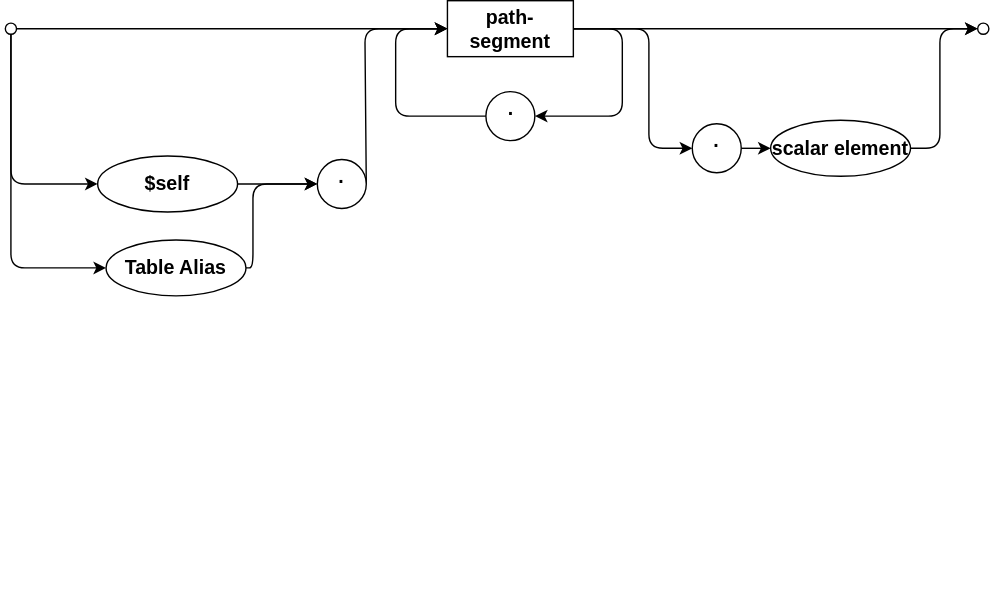
Above: assets/cxl/ref.drawio.svg in capire/docs (draw.io), before the change. Source tidied: cells renumbered, new cells last; positions are measured from the earlier drawing's top-left corner, leaving out a move shared by most shapes.
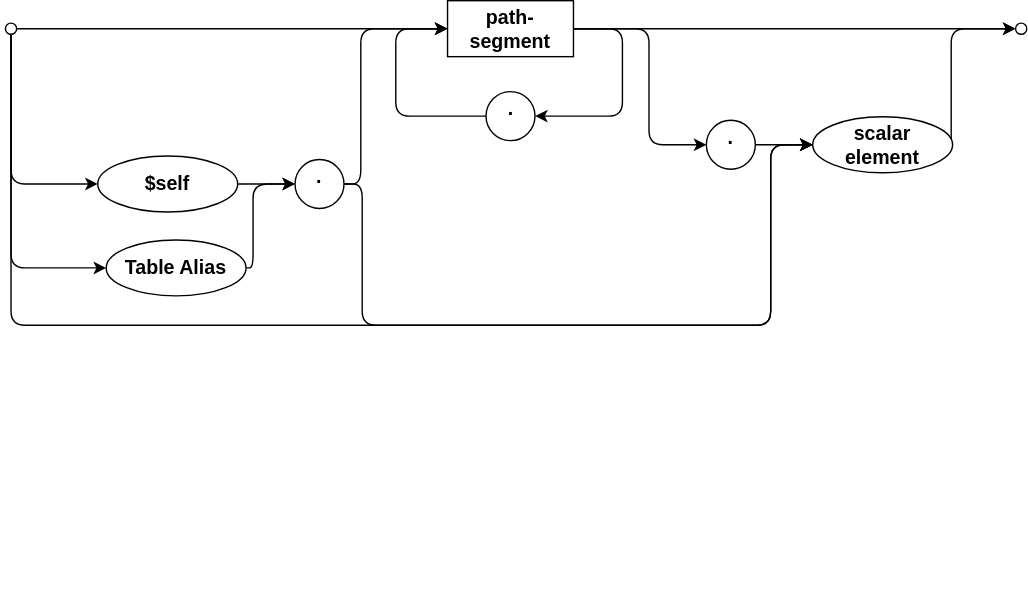
The same diagram one commit later.

Diff of the diagram source:
```diff
@@ -24,32 +24,25 @@
     <mxCell id="7" style="edgeStyle=none;html=1;entryX=0;entryY=0.5;entryDx=0;entryDy=0;exitX=1;exitY=0.5;exitDx=0;exitDy=0;strokeWidth=1;fontSize=14;verticalAlign=middle;fontStyle=1;textDirection=ltr;" parent="1" edge="1" source="22" target="11">
       <mxGeometry relative="1" as="geometry" />
     </mxCell>
-    <mxCell id="8" style="edgeStyle=none;html=1;exitX=1;exitY=0.5;exitDx=0;exitDy=0;entryX=0;entryY=0.5;entryDx=0;entryDy=0;strokeWidth=1;fontSize=14;verticalAlign=middle;fontStyle=1;textDirection=ltr;" parent="1" edge="1" source="9" target="22">
-      <mxGeometry relative="1" as="geometry">
-        <Array as="points">
-          <mxPoint x="257" y="20" />
-        </Array>
-      </mxGeometry>
-    </mxCell>
     <mxCell id="9" value="." style="ellipse;whiteSpace=wrap;html=1;fontStyle=1;fontSize=14;verticalAlign=middle;spacingBottom=11;strokeWidth=1;textDirection=ltr;" parent="1" vertex="1">
-      <mxGeometry x="223" y="113.5" width="35" height="35" as="geometry" />
+      <mxGeometry x="207" y="113.5" width="35" height="35" as="geometry" />
     </mxCell>
     <mxCell id="10" value="." style="ellipse;whiteSpace=wrap;html=1;fontStyle=1;fontSize=14;verticalAlign=middle;spacingBottom=11;strokeWidth=1;textDirection=ltr;" parent="1" vertex="1">
       <mxGeometry x="343.5" y="65" width="35" height="35" as="geometry" />
     </mxCell>
     <mxCell id="11" style="ellipse;whiteSpace=wrap;html=1;strokeWidth=1;fontSize=14;verticalAlign=middle;fontStyle=1;textDirection=ltr;" parent="1" vertex="1">
-      <mxGeometry x="695" y="16" width="8" height="8" as="geometry" />
+      <mxGeometry x="722" y="16" width="8" height="8" as="geometry" />
     </mxCell>
     <mxCell id="12" style="edgeStyle=none;html=1;entryX=0;entryY=0.5;entryDx=0;entryDy=0;exitX=1;exitY=0.5;exitDx=0;exitDy=0;strokeWidth=1;fontSize=14;verticalAlign=middle;fontStyle=1;textDirection=ltr;" parent="1" edge="1" source="13" target="21">
       <mxGeometry relative="1" as="geometry" />
     </mxCell>
     <mxCell id="13" value="." style="ellipse;whiteSpace=wrap;html=1;fontStyle=1;fontSize=14;verticalAlign=middle;spacingBottom=11;strokeWidth=1;textDirection=ltr;" parent="1" vertex="1">
-      <mxGeometry x="491" y="88" width="35" height="35" as="geometry" />
+      <mxGeometry x="501" y="85.5" width="35" height="35" as="geometry" />
     </mxCell>
     <mxCell id="14" style="edgeStyle=elbowEdgeStyle;html=1;labelBackgroundColor=none;rounded=1;elbow=horizontal;endArrow=classic;endFill=1;align=left;exitX=1;exitY=0.5;exitDx=0;exitDy=0;entryX=0;entryY=0.5;entryDx=0;entryDy=0;strokeWidth=1;fontSize=14;verticalAlign=middle;fontStyle=1;textDirection=ltr;" parent="1" edge="1" source="21" target="11">
       <mxGeometry relative="1" as="geometry">
         <Array as="points">
-          <mxPoint x="668" y="62" />
+          <mxPoint x="676" y="63" />
         </Array>
       </mxGeometry>
     </mxCell>
@@ -87,14 +80,42 @@
     <mxCell id="20" value="Table Alias" style="ellipse;whiteSpace=wrap;html=1;align=center;newEdgeStyle={&quot;edgeStyle&quot;:&quot;entityRelationEdgeStyle&quot;,&quot;startArrow&quot;:&quot;none&quot;,&quot;endArrow&quot;:&quot;none&quot;,&quot;segment&quot;:10,&quot;curved&quot;:1,&quot;sourcePerimeterSpacing&quot;:0,&quot;targetPerimeterSpacing&quot;:0};strokeWidth=1;fontSize=14;verticalAlign=middle;fontStyle=1;textDirection=ltr;" parent="1" vertex="1">
       <mxGeometry x="72" y="171" width="100" height="40" as="geometry" />
     </mxCell>
-    <mxCell id="21" value="&lt;span style=&quot;color: rgb(0, 0, 0);&quot;&gt;scalar element&lt;/span&gt;" style="ellipse;whiteSpace=wrap;html=1;align=center;newEdgeStyle={&quot;edgeStyle&quot;:&quot;entityRelationEdgeStyle&quot;,&quot;startArrow&quot;:&quot;none&quot;,&quot;endArrow&quot;:&quot;none&quot;,&quot;segment&quot;:10,&quot;curved&quot;:1,&quot;sourcePerimeterSpacing&quot;:0,&quot;targetPerimeterSpacing&quot;:0};strokeWidth=1;fontSize=14;verticalAlign=middle;fontStyle=1;textDirection=ltr;" parent="1" vertex="1">
-      <mxGeometry x="547" y="85.5" width="100" height="40" as="geometry" />
-    </mxCell>
+    <object id="21" label="&lt;span style=&quot;color: rgb(0, 0, 0);&quot;&gt;scalar element&lt;/span&gt;" placeholders="1">
+      <mxCell style="ellipse;whiteSpace=wrap;html=1;align=center;newEdgeStyle={&quot;edgeStyle&quot;:&quot;entityRelationEdgeStyle&quot;,&quot;startArrow&quot;:&quot;none&quot;,&quot;endArrow&quot;:&quot;none&quot;,&quot;segment&quot;:10,&quot;curved&quot;:1,&quot;sourcePerimeterSpacing&quot;:0,&quot;targetPerimeterSpacing&quot;:0};strokeWidth=1;fontSize=14;verticalAlign=middle;fontStyle=1;textDirection=ltr;spacing=4;" parent="1" vertex="1">
+        <mxGeometry x="577" y="83" width="100" height="40" as="geometry" />
+      </mxCell>
+    </object>
     <mxCell id="22" value="path-segment" style="rounded=0;whiteSpace=wrap;html=1;strokeWidth=1;arcSize=37;fontSize=14;verticalAlign=middle;fontStyle=1;textDirection=ltr;" parent="1" vertex="1">
       <mxGeometry x="316" width="90" height="40" as="geometry" />
     </mxCell>
     <mxCell id="23" style="edgeStyle=orthogonalEdgeStyle;rounded=1;jettySize=auto;html=1;exitX=0.5;exitY=1;exitDx=0;exitDy=0;entryX=0;entryY=0.5;entryDx=0;entryDy=0;startArrow=none;startFill=0;endArrow=classic;endFill=1;startSize=6;endSize=6;align=center;fontSize=14;labelBackgroundColor=none;strokeWidth=1;verticalAlign=middle;fontStyle=1;textDirection=ltr;" parent="1" edge="1" source="4" target="20">
       <mxGeometry relative="1" as="geometry" />
     </mxCell>
+    <mxCell id="24" style="edgeStyle=orthogonalEdgeStyle;rounded=1;jettySize=auto;html=1;exitX=0.5;exitY=1;exitDx=0;exitDy=0;startArrow=none;startFill=0;endArrow=classic;endFill=1;startSize=6;endSize=6;align=center;fontSize=12;labelBackgroundColor=none;entryX=0;entryY=0.5;entryDx=0;entryDy=0;" parent="1" edge="1" source="4" target="21">
+      <mxGeometry relative="1" as="geometry">
+        <Array as="points">
+          <mxPoint x="4" y="232" />
+          <mxPoint x="547" y="232" />
+        </Array>
+      </mxGeometry>
+    </mxCell>
+    <mxCell id="25" style="edgeStyle=orthogonalEdgeStyle;rounded=1;jettySize=auto;html=1;exitX=1;exitY=0.5;exitDx=0;exitDy=0;entryX=0;entryY=0.5;entryDx=0;entryDy=0;startArrow=none;startFill=0;endArrow=classic;endFill=1;startSize=6;endSize=6;align=center;fontSize=12;labelBackgroundColor=none;" parent="1" edge="1" source="9" target="21">
+      <mxGeometry relative="1" as="geometry">
+        <Array as="points">
+          <mxPoint x="255" y="131" />
+          <mxPoint x="255" y="232" />
+          <mxPoint x="547" y="232" />
+          <mxPoint x="547" y="103" />
+        </Array>
+      </mxGeometry>
+    </mxCell>
+    <mxCell id="8" style="edgeStyle=orthogonalEdgeStyle;rounded=1;jettySize=auto;html=1;exitX=1;exitY=0.5;exitDx=0;exitDy=0;entryX=0;entryY=0.5;entryDx=0;entryDy=0;startArrow=none;startFill=0;endArrow=classic;endFill=1;startSize=6;endSize=6;align=center;fontSize=12;labelBackgroundColor=none;" parent="1" edge="1" source="9" target="22">
+      <mxGeometry relative="1" as="geometry">
+        <Array as="points">
+          <mxPoint x="254" y="131" />
+          <mxPoint x="254" y="20" />
+        </Array>
+      </mxGeometry>
+    </mxCell>
   </root>
 </mxGraphModel>
```
